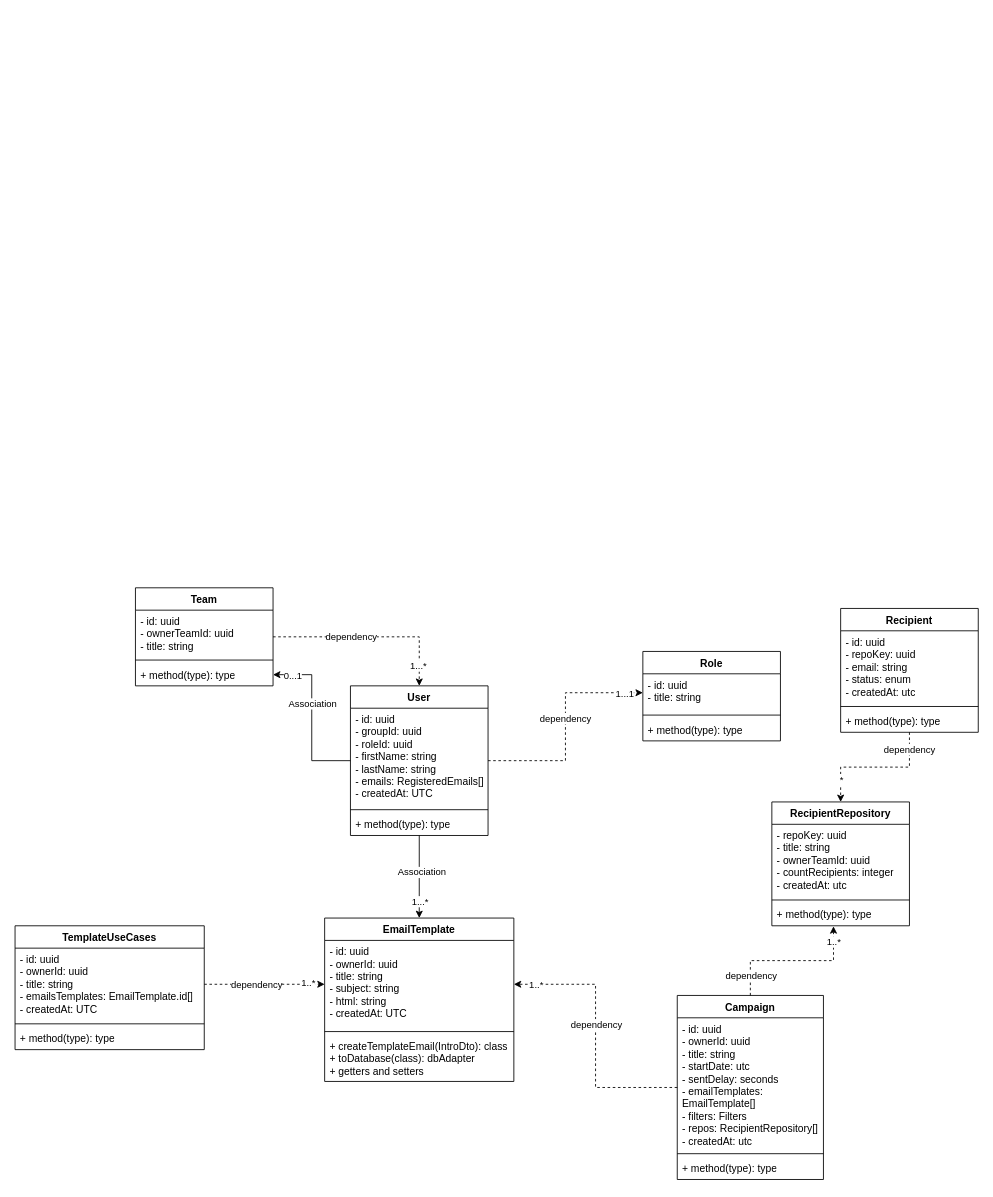
This is Diagrama sem nome.drawio from DDEUSM/email-service, a draw.io file, before an edit. Source tidied: cells renumbered, new cells numbered last; positions are measured from the earlier drawing's top-left corner, leaving out a move shared by most shapes. Both pictures are drawn from the tidied source at 86%, with x=0, y=0 at pixel (15, 587).
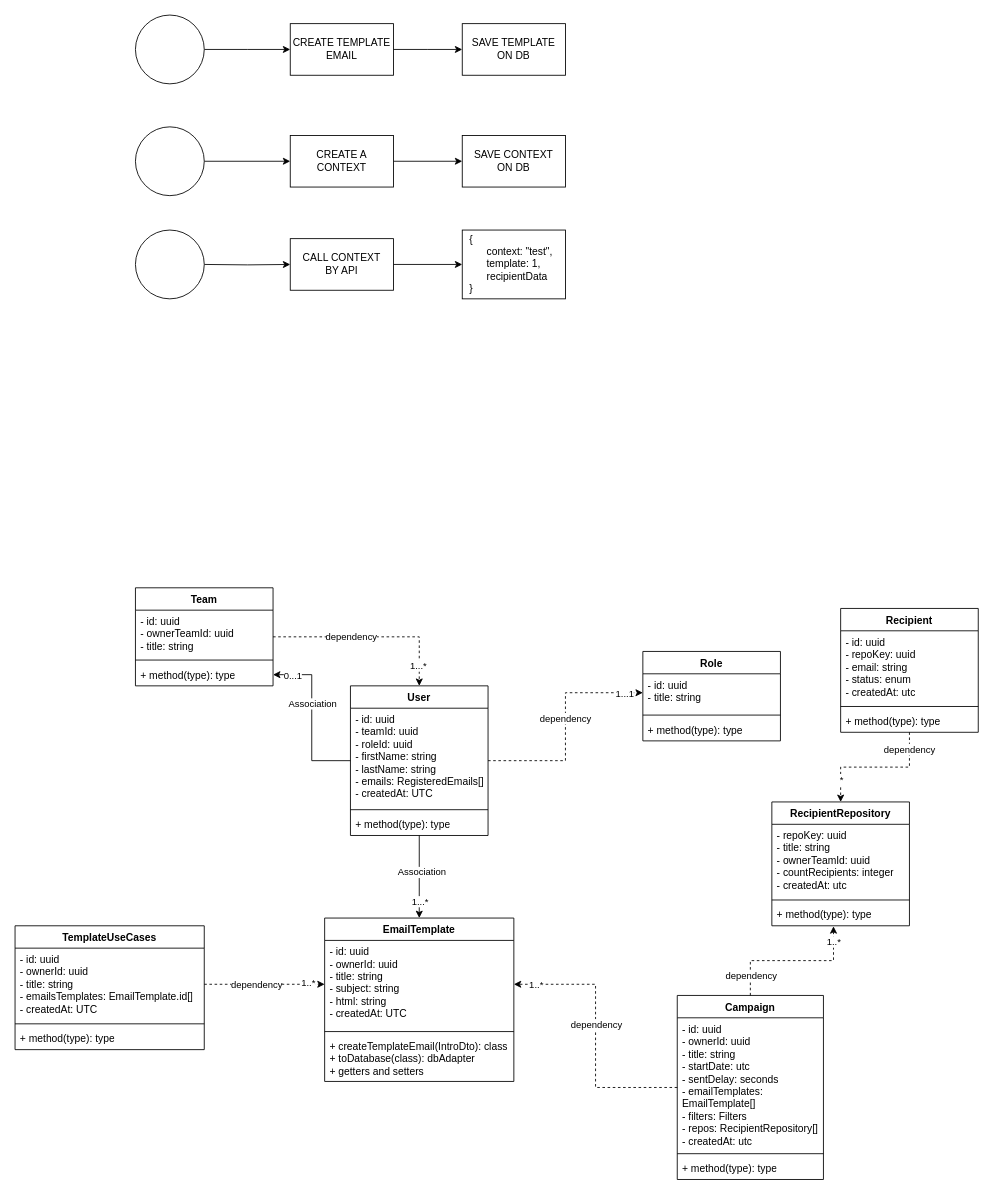
After the change.

The change refers to these unchanged cells:
```xml
<mxCell id="15" value="User" style="swimlane;fontStyle=1;align=center;verticalAlign=top;horizontal=1;startSize=26;whiteSpace=wrap;html=1;" parent="1" vertex="1">
  <mxGeometry x="390" y="114" width="160" height="174" as="geometry" />
</mxCell>
```

Change to the diagram source:
```diff
@@
-    <mxCell id="16" value="- id: uuid&lt;div&gt;- groupId: uuid&lt;/div&gt;&lt;div&gt;- roleId: uuid&lt;/div&gt;&lt;div&gt;- firstName: string&lt;/div&gt;&lt;div&gt;- lastName: string&lt;/div&gt;&lt;div&gt;- emails: RegisteredEmails[]&lt;/div&gt;&lt;div&gt;- createdAt: UTC&lt;/div&gt;" style="text;strokeColor=none;fillColor=none;align=left;verticalAlign=top;spacingLeft=4;spacingRight=4;overflow=hidden;whiteSpace=wrap;html=1;" parent="15" vertex="1">
+    <mxCell id="16" value="- id: uuid&lt;div&gt;- teamId: uuid&lt;/div&gt;&lt;div&gt;- roleId: uuid&lt;/div&gt;&lt;div&gt;- firstName: string&lt;/div&gt;&lt;div&gt;- lastName: string&lt;/div&gt;&lt;div&gt;- emails: RegisteredEmails[]&lt;/div&gt;&lt;div&gt;- createdAt: UTC&lt;/div&gt;" style="text;strokeColor=none;fillColor=none;align=left;verticalAlign=top;spacingLeft=4;spacingRight=4;overflow=hidden;whiteSpace=wrap;html=1;" parent="15" vertex="1">
       <mxGeometry y="26" width="160" height="114" as="geometry" />
     </mxCell>
@@
+    <mxCell id="58" style="edgeStyle=orthogonalEdgeStyle;rounded=0;jettySize=auto;html=1;" parent="1" edge="1" source="59">
+      <mxGeometry relative="1" as="geometry">
+        <mxPoint x="320" y="-626" as="targetPoint" />
+      </mxGeometry>
+    </mxCell>
+    <mxCell id="59" style="ellipse;whiteSpace=wrap;html=1;" parent="1" vertex="1">
+      <mxGeometry x="140" y="-666" width="80" height="80" as="geometry" />
+    </mxCell>
+    <mxCell id="60" style="edgeStyle=orthogonalEdgeStyle;rounded=0;jettySize=auto;html=1;" parent="1" edge="1" source="61">
+      <mxGeometry relative="1" as="geometry">
+        <mxPoint x="520" y="-626" as="targetPoint" />
+      </mxGeometry>
+    </mxCell>
+    <mxCell id="61" value="CREATE TEMPLATE&lt;div&gt;EMAIL&lt;/div&gt;" style="whiteSpace=wrap;html=1;" parent="1" vertex="1">
+      <mxGeometry x="320" y="-656" width="120" height="60" as="geometry" />
+    </mxCell>
+    <mxCell id="62" style="edgeStyle=orthogonalEdgeStyle;rounded=0;jettySize=auto;html=1;" parent="1" edge="1" source="63" target="64">
+      <mxGeometry relative="1" as="geometry" />
+    </mxCell>
+    <mxCell id="63" value="CREATE A CONTEXT" style="whiteSpace=wrap;html=1;" parent="1" vertex="1">
+      <mxGeometry x="320" y="-526" width="120" height="60" as="geometry" />
+    </mxCell>
+    <mxCell id="64" value="SAVE CONTEXT&lt;div&gt;ON DB&lt;/div&gt;" style="whiteSpace=wrap;html=1;" parent="1" vertex="1">
+      <mxGeometry x="520" y="-526" width="120" height="60" as="geometry" />
+    </mxCell>
+    <mxCell id="65" style="edgeStyle=orthogonalEdgeStyle;rounded=0;jettySize=auto;html=1;" parent="1" edge="1" source="66" target="63">
+      <mxGeometry relative="1" as="geometry" />
+    </mxCell>
+    <mxCell id="66" style="ellipse;whiteSpace=wrap;html=1;" parent="1" vertex="1">
+      <mxGeometry x="140" y="-536" width="80" height="80" as="geometry" />
+    </mxCell>
+    <mxCell id="67" value="SAVE TEMPLATE&lt;div&gt;ON DB&lt;/div&gt;" style="whiteSpace=wrap;html=1;" parent="1" vertex="1">
+      <mxGeometry x="520" y="-656" width="120" height="60" as="geometry" />
+    </mxCell>
+    <mxCell id="68" style="edgeStyle=orthogonalEdgeStyle;rounded=0;jettySize=auto;html=1;" parent="1" edge="1" source="69" target="70">
+      <mxGeometry relative="1" as="geometry" />
+    </mxCell>
+    <mxCell id="69" value="CALL CONTEXT&lt;div&gt;BY API&lt;/div&gt;" style="whiteSpace=wrap;html=1;" parent="1" vertex="1">
+      <mxGeometry x="320" y="-406" width="120" height="60" as="geometry" />
+    </mxCell>
+    <mxCell id="70" value="&amp;nbsp; {&lt;br&gt;&lt;span style=&quot;white-space: pre;&quot;&gt;&#9;&lt;/span&gt;context: &quot;test&quot;, &lt;br&gt;&lt;span style=&quot;white-space: pre;&quot;&gt;&#9;&lt;/span&gt;template: 1,&lt;div&gt;&lt;span style=&quot;white-space: pre;&quot;&gt;&#9;&lt;/span&gt;recipientData&lt;br&gt;&amp;nbsp; }&lt;/div&gt;" style="whiteSpace=wrap;html=1;align=left;" parent="1" vertex="1">
+      <mxGeometry x="520" y="-416" width="120" height="80" as="geometry" />
+    </mxCell>
+    <mxCell id="71" style="edgeStyle=orthogonalEdgeStyle;rounded=0;jettySize=auto;html=1;" parent="1" edge="1" target="69">
+      <mxGeometry relative="1" as="geometry">
+        <mxPoint x="220" y="-376" as="sourcePoint" />
+      </mxGeometry>
+    </mxCell>
+    <mxCell id="72" style="ellipse;whiteSpace=wrap;html=1;" parent="1" vertex="1">
+      <mxGeometry x="140" y="-416" width="80" height="80" as="geometry" />
+    </mxCell>
```
